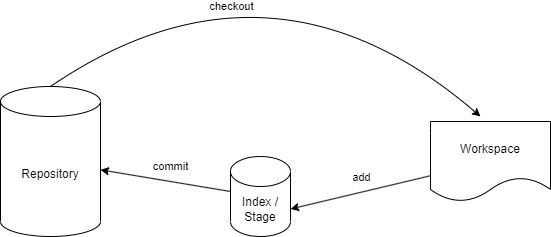
The draw.io diagram git/images/ch05_01_local_repo_areas.png in iridiumcao/iridiumcao.github.io, before a commit. Source tidied: cells renumbered, new cells last; positions are measured from the earlier drawing's top-left corner, leaving out a move shared by most shapes.
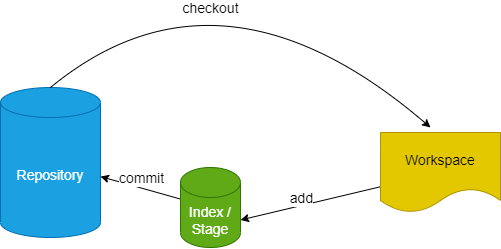
Later version of the same file.

Commit message:
Update Chapter 05, Git Repository Areas

The edit, as a diff of the source:
```diff
@@ -2,29 +2,29 @@
   <root>
     <mxCell id="0" />
     <mxCell id="1" parent="0" />
-    <mxCell id="2" value="Repository" style="shape=cylinder3;whiteSpace=wrap;html=1;boundedLbl=1;backgroundOutline=1;size=15;" parent="1" vertex="1">
-      <mxGeometry y="150" width="100" height="150" as="geometry" />
+    <mxCell id="2" value="&lt;font style=&quot;font-size: 14px;&quot;&gt;Repository&lt;/font&gt;" style="shape=cylinder3;whiteSpace=wrap;html=1;boundedLbl=1;backgroundOutline=1;size=15;fillColor=#1ba1e2;fontColor=#ffffff;strokeColor=#006EAF;" parent="1" vertex="1">
+      <mxGeometry x="50" y="140" width="100" height="150" as="geometry" />
     </mxCell>
     <mxCell id="3" style="edgeStyle=none;html=1;" parent="1" edge="1" source="5" target="2">
       <mxGeometry relative="1" as="geometry" />
     </mxCell>
-    <mxCell id="4" value="commit" style="edgeLabel;html=1;align=center;verticalAlign=middle;" parent="3" vertex="1">
+    <mxCell id="4" value="&lt;font style=&quot;font-size: 14px;&quot;&gt;commit&lt;/font&gt;" style="edgeLabel;html=1;align=center;verticalAlign=middle;" parent="3" vertex="1">
       <mxGeometry x="0.3" y="-4" relative="1" as="geometry">
-        <mxPoint x="24" y="-7" as="offset" />
+        <mxPoint x="11" y="-3" as="offset" />
       </mxGeometry>
     </mxCell>
-    <mxCell id="5" value="Index / Stage" style="shape=cylinder3;whiteSpace=wrap;html=1;boundedLbl=1;backgroundOutline=1;size=15;" parent="1" vertex="1">
+    <mxCell id="5" value="&lt;font style=&quot;font-size: 14px;&quot;&gt;Index / Stage&lt;/font&gt;" style="shape=cylinder3;whiteSpace=wrap;html=1;boundedLbl=1;backgroundOutline=1;size=15;fillColor=#60a917;fontColor=#ffffff;strokeColor=#2D7600;" parent="1" vertex="1">
       <mxGeometry x="230" y="220" width="60" height="80" as="geometry" />
     </mxCell>
     <mxCell id="6" style="edgeStyle=none;html=1;entryX=1;entryY=0;entryDx=0;entryDy=52.5;entryPerimeter=0;" parent="1" edge="1" source="8" target="5">
       <mxGeometry relative="1" as="geometry" />
     </mxCell>
-    <mxCell id="7" value="add" style="edgeLabel;html=1;align=center;verticalAlign=middle;" parent="6" vertex="1">
+    <mxCell id="7" value="&lt;font style=&quot;font-size: 14px;&quot;&gt;add&lt;/font&gt;" style="edgeLabel;html=1;align=center;verticalAlign=middle;" parent="6" vertex="1">
       <mxGeometry x="0.15" y="-1" relative="1" as="geometry">
-        <mxPoint x="11" y="-17" as="offset" />
+        <mxPoint x="1" y="-7" as="offset" />
       </mxGeometry>
     </mxCell>
-    <mxCell id="8" value="Workspace" style="shape=document;whiteSpace=wrap;html=1;boundedLbl=1;" parent="1" vertex="1">
+    <mxCell id="8" value="&lt;font style=&quot;font-size: 14px;&quot;&gt;Workspace&lt;/font&gt;" style="shape=document;whiteSpace=wrap;html=1;boundedLbl=1;fillColor=#e3c800;fontColor=#000000;strokeColor=#B09500;" parent="1" vertex="1">
       <mxGeometry x="430" y="185" width="120" height="80" as="geometry" />
     </mxCell>
     <mxCell id="9" style="curved=1;endArrow=classic;html=1;exitX=0.5;exitY=0;exitDx=0;exitDy=0;exitPerimeter=0;" parent="1" edge="1" source="2">
@@ -35,9 +35,9 @@
         </Array>
       </mxGeometry>
     </mxCell>
-    <mxCell id="10" value="checkout" style="edgeLabel;html=1;align=center;verticalAlign=middle;" parent="9" vertex="1">
+    <mxCell id="10" value="&lt;font style=&quot;font-size: 14px;&quot;&gt;checkout&lt;/font&gt;" style="edgeLabel;html=1;align=center;verticalAlign=middle;" parent="9" vertex="1">
       <mxGeometry x="-0.21" y="-64" relative="1" as="geometry">
-        <mxPoint x="-32" y="-13" as="offset" />
+        <mxPoint x="-32" y="-5" as="offset" />
       </mxGeometry>
     </mxCell>
   </root>
```
